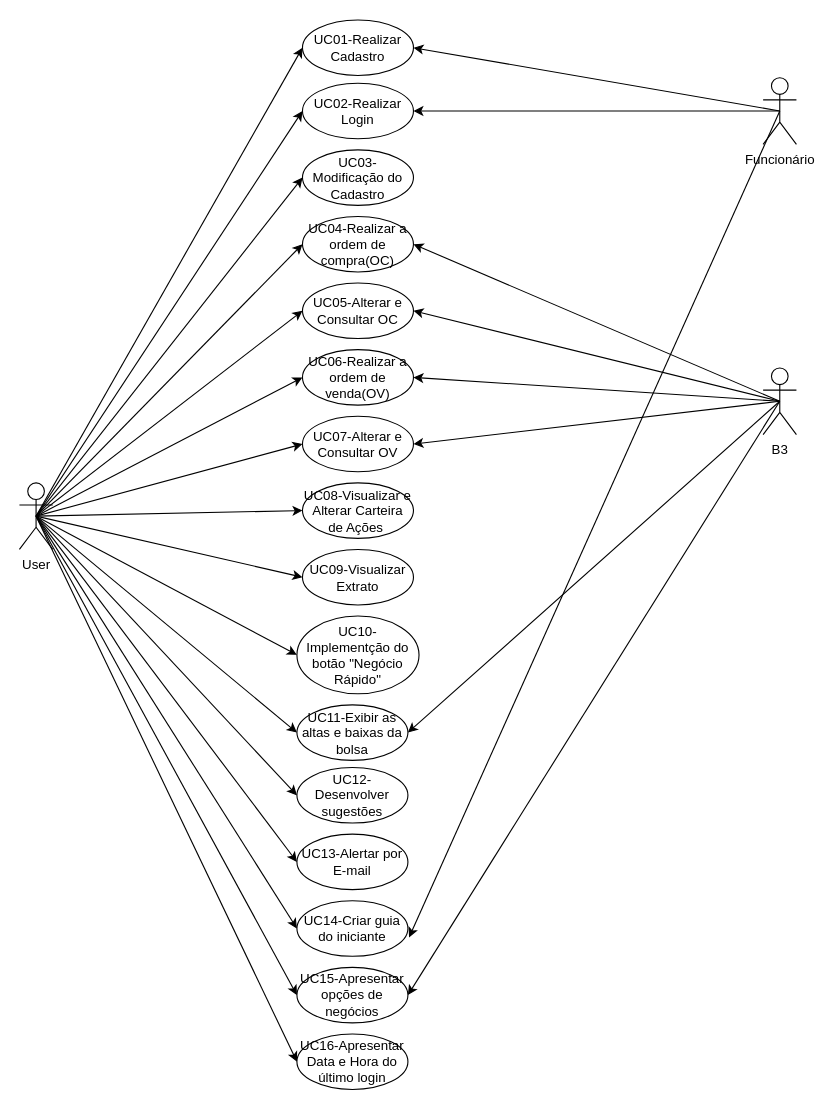
Above: Casos de Uso.drawio in JesCat16/Projeto01_Modelagem_De_Software (draw.io), before the change. Source tidied: cells renumbered, new cells numbered last; positions are measured from the earlier drawing's top-left corner, leaving out a move shared by most shapes. Both pictures are drawn from the tidied source at 111%, with x=0, y=0 at pixel (19, 19).
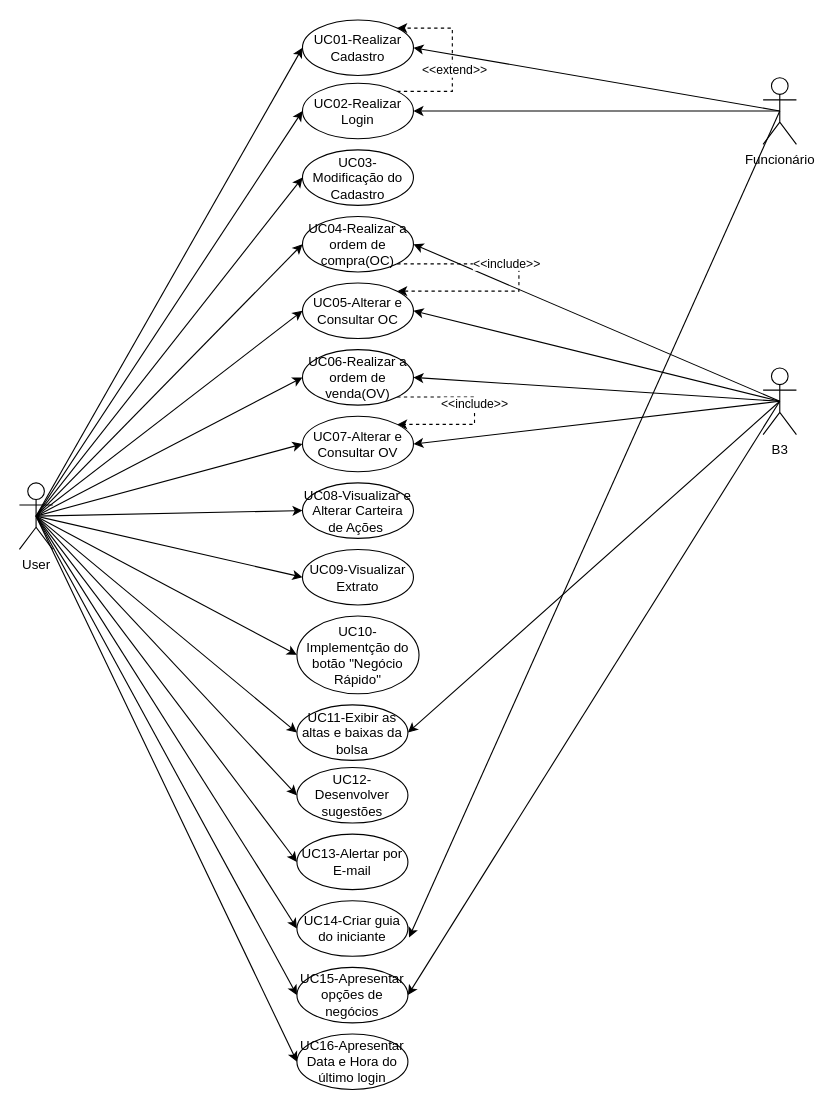
The same diagram, later.

The change refers to these unchanged cells:
```xml
<mxCell id="26" value="UC01-Realizar Cadastro" style="ellipse;whiteSpace=wrap;html=1;" parent="1" vertex="1">
  <mxGeometry x="255" y="0.5" width="100" height="50" as="geometry" />
</mxCell>
<mxCell id="27" value="UC02-Realizar Login" style="ellipse;whiteSpace=wrap;html=1;" parent="1" vertex="1">
  <mxGeometry x="255" y="57.5" width="100" height="50" as="geometry" />
</mxCell>
<mxCell id="29" value="UC04-Realizar a ordem de compra(OC)" style="ellipse;whiteSpace=wrap;html=1;" parent="1" vertex="1">
  <mxGeometry x="255" y="177.5" width="100" height="50" as="geometry" />
</mxCell>
<mxCell id="30" value="UC05-Alterar e Consultar OC" style="ellipse;whiteSpace=wrap;html=1;" parent="1" vertex="1">
  <mxGeometry x="255" y="237.5" width="100" height="50" as="geometry" />
</mxCell>
<mxCell id="31" value="UC06-Realizar a ordem de venda(OV)" style="ellipse;whiteSpace=wrap;html=1;" parent="1" vertex="1">
  <mxGeometry x="255" y="297.5" width="100" height="50" as="geometry" />
</mxCell>
<mxCell id="32" value="UC07-Alterar e Consultar&amp;nbsp;OV" style="ellipse;whiteSpace=wrap;html=1;" parent="1" vertex="1">
  <mxGeometry x="255" y="357.5" width="100" height="50" as="geometry" />
</mxCell>
```

Change to the diagram source:
```diff
@@
+    <mxCell id="46" style="edgeStyle=orthogonalEdgeStyle;rounded=0;jettySize=auto;html=1;exitX=1;exitY=0;exitDx=0;exitDy=0;entryX=1;entryY=0;entryDx=0;entryDy=0;dashed=1;" parent="1" edge="1" source="27" target="26">
+      <mxGeometry relative="1" as="geometry">
+        <Array as="points">
+          <mxPoint x="390" y="65" />
+          <mxPoint x="390" y="8" />
+        </Array>
+      </mxGeometry>
+    </mxCell>
+    <mxCell id="47" value="&amp;lt;&amp;lt;extend&amp;gt;&amp;gt;" style="edgeLabel;html=1;align=center;verticalAlign=middle;" parent="46" vertex="1">
+      <mxGeometry x="-0.12" y="-1" relative="1" as="geometry" />
+    </mxCell>
@@
+    <mxCell id="48" style="edgeStyle=orthogonalEdgeStyle;rounded=0;jettySize=auto;html=1;exitX=1;exitY=1;exitDx=0;exitDy=0;entryX=1;entryY=0;entryDx=0;entryDy=0;dashed=1;" parent="1" edge="1" source="29" target="30">
+      <mxGeometry relative="1" as="geometry">
+        <Array as="points">
+          <mxPoint x="450" y="220" />
+          <mxPoint x="450" y="245" />
+        </Array>
+      </mxGeometry>
+    </mxCell>
+    <mxCell id="49" value="&amp;lt;&amp;lt;include&amp;gt;&amp;gt;" style="edgeLabel;html=1;align=center;verticalAlign=middle;" parent="48" vertex="1">
+      <mxGeometry x="-0.2" y="1" relative="1" as="geometry" />
+    </mxCell>
@@
+    <mxCell id="50" style="edgeStyle=orthogonalEdgeStyle;rounded=0;jettySize=auto;html=1;exitX=1;exitY=1;exitDx=0;exitDy=0;entryX=1;entryY=0;entryDx=0;entryDy=0;dashed=1;" parent="1" edge="1" source="31" target="32">
+      <mxGeometry relative="1" as="geometry">
+        <Array as="points">
+          <mxPoint x="410" y="340" />
+          <mxPoint x="410" y="365" />
+        </Array>
+      </mxGeometry>
+    </mxCell>
+    <mxCell id="51" value="&amp;lt;&amp;lt;include&amp;gt;&amp;gt;" style="edgeLabel;html=1;align=center;verticalAlign=middle;" parent="50" vertex="1">
+      <mxGeometry x="-0.07" y="-1" relative="1" as="geometry" />
+    </mxCell>
```
